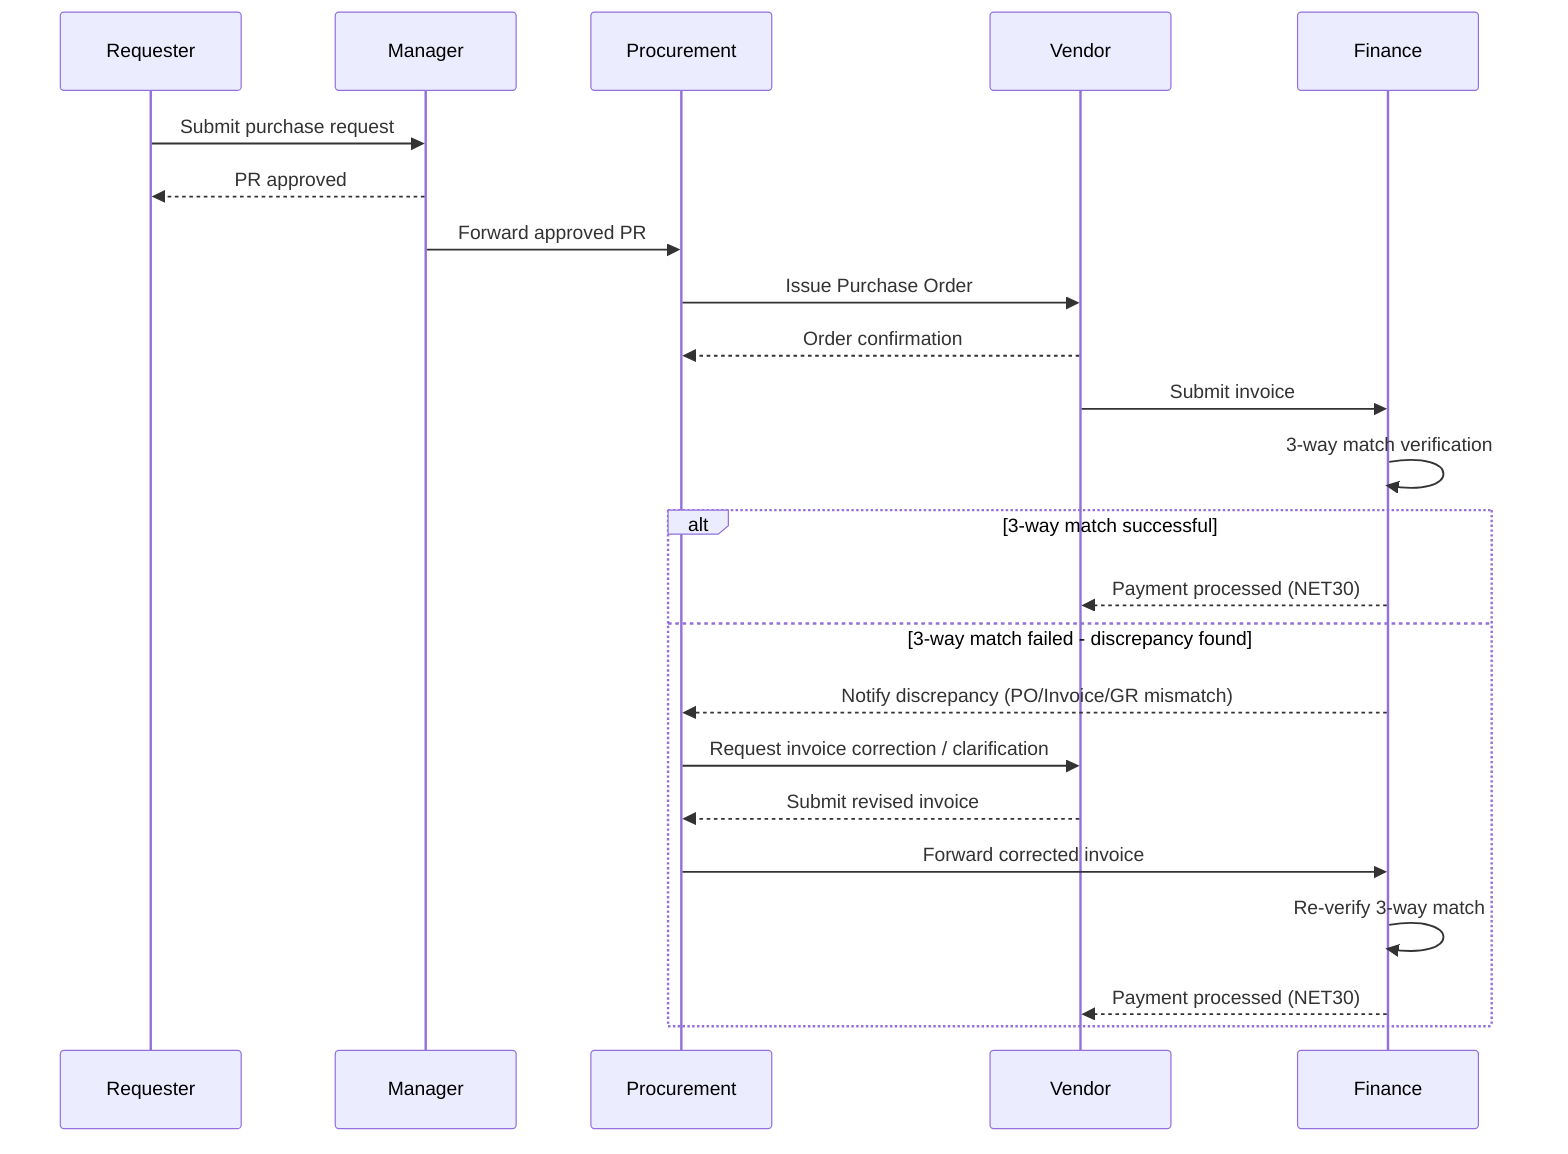
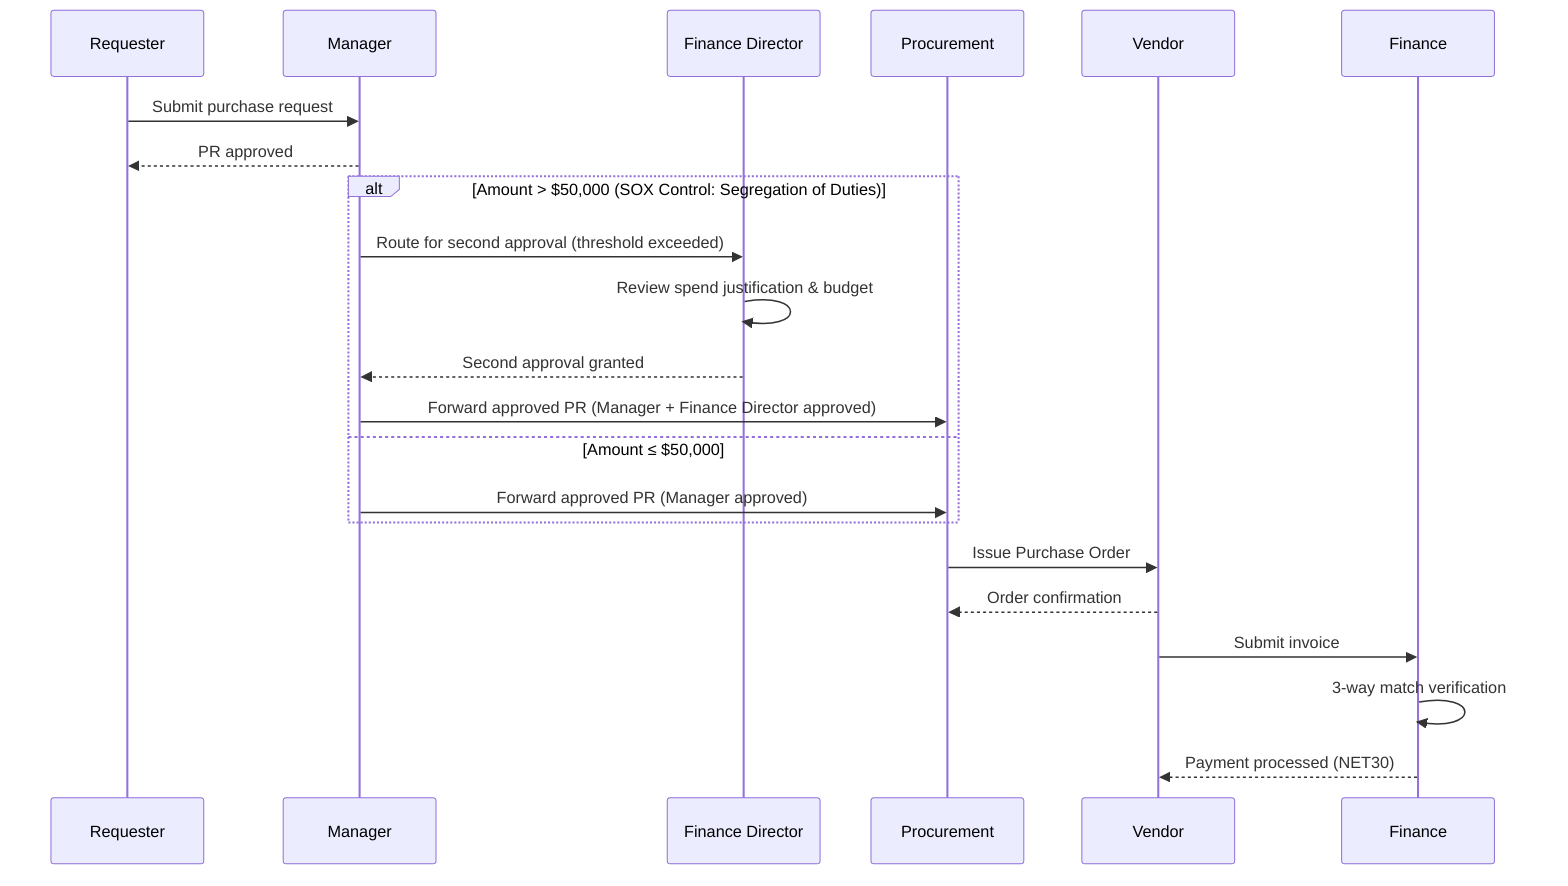
sequenceDiagram
    participant R as Requester
    participant M as Manager
+     participant FD as Finance Director
    participant P as Procurement
    participant V as Vendor
    participant F as Finance

    R->>M: Submit purchase request
    M-->>R: PR approved
-     M->>P: Forward approved PR
+ 
+     %% ⚡ CHANGED SECTION - SOX spend threshold control point
+     alt Amount > $50,000 (SOX Control: Segregation of Duties)
+         M->>FD: Route for second approval (threshold exceeded)
+         FD->>FD: Review spend justification & budget
+         FD-->>M: Second approval granted
+         M->>P: Forward approved PR (Manager + Finance Director approved)
+     else Amount ≤ $50,000
+         M->>P: Forward approved PR (Manager approved)
+     end
+     %% ⚡ END CHANGED SECTION
+ 
    P->>V: Issue Purchase Order
    V-->>P: Order confirmation
    V->>F: Submit invoice
    F->>F: 3-way match verification
- 
-     %% ⚡ CHANGED SECTION
-     alt 3-way match successful
-         F-->>V: Payment processed (NET30)
-     else 3-way match failed - discrepancy found
-         F-->>P: Notify discrepancy (PO/Invoice/GR mismatch)
-         P->>V: Request invoice correction / clarification
-         V-->>P: Submit revised invoice
-         P->>F: Forward corrected invoice
-         F->>F: Re-verify 3-way match
-         F-->>V: Payment processed (NET30)
-     end
-     %% ⚡ END CHANGED SECTION
+     F-->>V: Payment processed (NET30)

%% EXPLANATION:
- %% Replaced the single payment step with an alt/else block after the 3-way match verification. The happy path proceeds directly to payment. The discrepancy path notifies Procurement, who contacts the Vendor for a corrected invoice; the revised invoice is then re-verified by Finance before payment is released.+ %% Added a Finance Director participant and an alt/else branch immediately after Manager approval. Purchases over $50,000 are routed to the Finance Director for a second approval before reaching Procurement, while purchases at or under $50,000 continue directly to Procurement. The threshold value and SOX rationale are explicitly labeled in the diagram so auditors can clearly identify the control point.